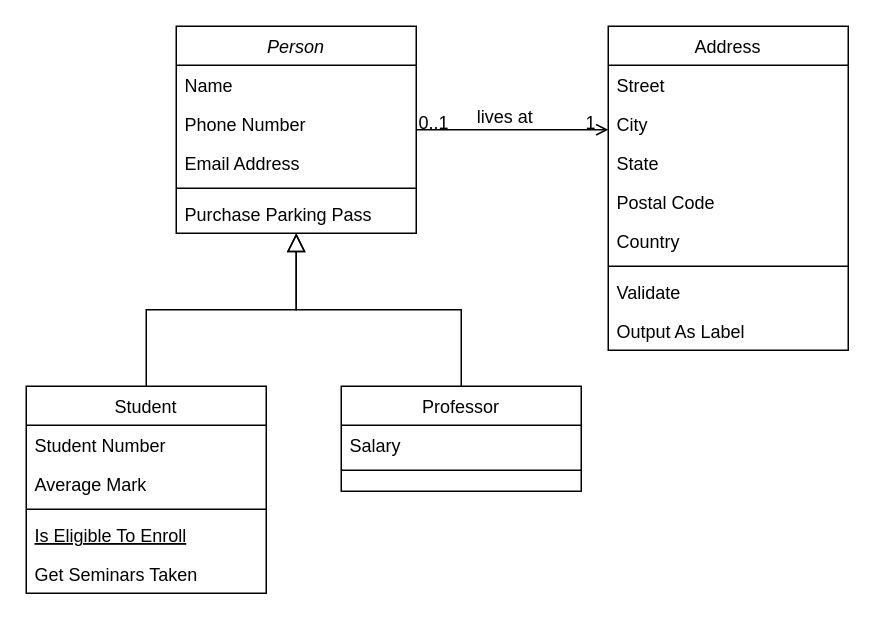
The draw.io diagram Untitled Diagram.drawio in MansourWorkingSpace/student_assistant, before the edit. Source tidied: cells renumbered, new cells numbered last; positions are measured from the earlier drawing's top-left corner, leaving out a move shared by most shapes. Both pictures are drawn from the tidied source at 150%, with x=0, y=0 at pixel (26, 26).
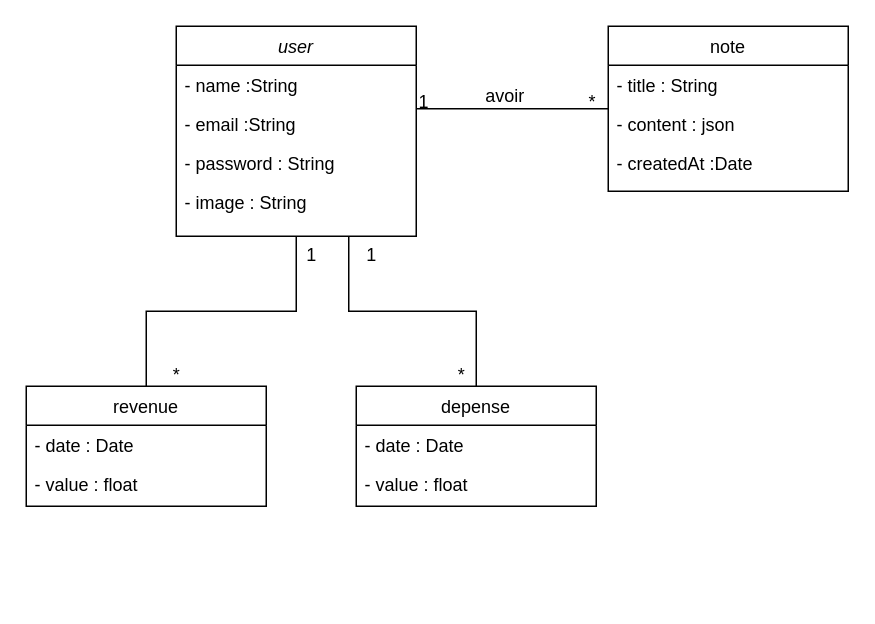
After the change.

What changed in the source:
```diff
@@
-    <mxCell id="2" value="Person" style="swimlane;fontStyle=2;align=center;verticalAlign=top;horizontal=1;startSize=26;rounded=0;shadow=0;strokeWidth=1;" parent="1" vertex="1">
-      <mxGeometry x="100" width="160" height="138" as="geometry" />
+    <mxCell id="2" value="user" style="swimlane;fontStyle=2;align=center;verticalAlign=top;horizontal=1;startSize=26;rounded=0;shadow=0;strokeWidth=1;" parent="1" vertex="1">
+      <mxGeometry x="100" width="160" height="140" as="geometry" />
     </mxCell>
-    <mxCell id="3" value="Name" style="text;align=left;verticalAlign=top;spacingLeft=4;spacingRight=4;overflow=hidden;" parent="2" vertex="1">
+    <mxCell id="3" value="- name :String" style="text;align=left;verticalAlign=top;spacingLeft=4;spacingRight=4;overflow=hidden;" parent="2" vertex="1">
       <mxGeometry y="26" width="160" height="26" as="geometry" />
     </mxCell>
-    <mxCell id="4" value="Phone Number" style="text;align=left;verticalAlign=top;spacingLeft=4;spacingRight=4;overflow=hidden;rounded=0;shadow=0;html=0;" parent="2" vertex="1">
+    <mxCell id="4" value="- email :String" style="text;align=left;verticalAlign=top;spacingLeft=4;spacingRight=4;overflow=hidden;rounded=0;shadow=0;html=0;" parent="2" vertex="1">
       <mxGeometry y="52" width="160" height="26" as="geometry" />
     </mxCell>
-    <mxCell id="5" value="Email Address" style="text;align=left;verticalAlign=top;spacingLeft=4;spacingRight=4;overflow=hidden;rounded=0;shadow=0;html=0;" parent="2" vertex="1">
+    <mxCell id="5" value="- password : String" style="text;align=left;verticalAlign=top;spacingLeft=4;spacingRight=4;overflow=hidden;rounded=0;shadow=0;html=0;" parent="2" vertex="1">
       <mxGeometry y="78" width="160" height="26" as="geometry" />
     </mxCell>
-    <mxCell id="6" style="line;html=1;strokeWidth=1;align=left;verticalAlign=middle;spacingTop=-1;spacingLeft=3;spacingRight=3;labelPosition=right;" parent="2" vertex="1">
-      <mxGeometry y="104" width="160" height="8" as="geometry" />
-    </mxCell>
-    <mxCell id="7" value="Purchase Parking Pass" style="text;align=left;verticalAlign=top;spacingLeft=4;spacingRight=4;overflow=hidden;" parent="2" vertex="1">
-      <mxGeometry y="112" width="160" height="26" as="geometry" />
-    </mxCell>
+    <mxCell id="32" value="- image : String" style="text;align=left;verticalAlign=top;spacingLeft=4;spacingRight=4;overflow=hidden;rounded=0;shadow=0;html=0;" parent="2" vertex="1">
+      <mxGeometry y="104" width="160" height="26" as="geometry" />
+    </mxCell>
-    <mxCell id="8" value="Student" style="swimlane;fontStyle=0;align=center;verticalAlign=top;horizontal=1;startSize=26;rounded=0;shadow=0;strokeWidth=1;" parent="1" vertex="1">
-      <mxGeometry y="240" width="160" height="138" as="geometry" />
+    <mxCell id="8" value="revenue" style="swimlane;fontStyle=0;align=center;verticalAlign=top;horizontal=1;startSize=26;rounded=0;shadow=0;strokeWidth=1;" parent="1" vertex="1">
+      <mxGeometry y="240" width="160" height="80" as="geometry" />
     </mxCell>
-    <mxCell id="9" value="Student Number" style="text;align=left;verticalAlign=top;spacingLeft=4;spacingRight=4;overflow=hidden;" parent="8" vertex="1">
+    <mxCell id="9" value="- date : Date" style="text;align=left;verticalAlign=top;spacingLeft=4;spacingRight=4;overflow=hidden;" parent="8" vertex="1">
       <mxGeometry y="26" width="160" height="26" as="geometry" />
     </mxCell>
-    <mxCell id="10" value="Average Mark" style="text;align=left;verticalAlign=top;spacingLeft=4;spacingRight=4;overflow=hidden;rounded=0;shadow=0;html=0;" parent="8" vertex="1">
+    <mxCell id="10" value="- value : float" style="text;align=left;verticalAlign=top;spacingLeft=4;spacingRight=4;overflow=hidden;rounded=0;shadow=0;html=0;" parent="8" vertex="1">
       <mxGeometry y="52" width="160" height="26" as="geometry" />
     </mxCell>
-    <mxCell id="11" style="line;html=1;strokeWidth=1;align=left;verticalAlign=middle;spacingTop=-1;spacingLeft=3;spacingRight=3;labelPosition=right;" parent="8" vertex="1">
-      <mxGeometry y="78" width="160" height="8" as="geometry" />
-    </mxCell>
-    <mxCell id="12" value="Is Eligible To Enroll" style="text;align=left;verticalAlign=top;spacingLeft=4;spacingRight=4;overflow=hidden;fontStyle=4;" parent="8" vertex="1">
-      <mxGeometry y="86" width="160" height="26" as="geometry" />
-    </mxCell>
-    <mxCell id="13" value="Get Seminars Taken" style="text;align=left;verticalAlign=top;spacingLeft=4;spacingRight=4;overflow=hidden;" parent="8" vertex="1">
-      <mxGeometry y="112" width="160" height="26" as="geometry" />
-    </mxCell>
-    <mxCell id="14" style="endArrow=block;endSize=10;endFill=0;shadow=0;strokeWidth=1;rounded=0;curved=0;edgeStyle=elbowEdgeStyle;elbow=vertical;" parent="1" edge="1" source="8" target="2">
+    <mxCell id="14" style="endArrow=none;endSize=10;endFill=0;shadow=0;strokeWidth=1;rounded=0;curved=0;edgeStyle=elbowEdgeStyle;elbow=vertical;startFill=0;" parent="1" edge="1" source="8" target="2">
       <mxGeometry relative="1" as="geometry" />
     </mxCell>
-    <mxCell id="15" value="Professor" style="swimlane;fontStyle=0;align=center;verticalAlign=top;horizontal=1;startSize=26;rounded=0;shadow=0;strokeWidth=1;" parent="1" vertex="1">
-      <mxGeometry x="210" y="240" width="160" height="70" as="geometry" />
-    </mxCell>
-    <mxCell id="16" value="Salary" style="text;align=left;verticalAlign=top;spacingLeft=4;spacingRight=4;overflow=hidden;" parent="15" vertex="1">
-      <mxGeometry y="26" width="160" height="26" as="geometry" />
-    </mxCell>
-    <mxCell id="17" style="line;html=1;strokeWidth=1;align=left;verticalAlign=middle;spacingTop=-1;spacingLeft=3;spacingRight=3;labelPosition=right;" parent="15" vertex="1">
-      <mxGeometry y="52" width="160" height="8" as="geometry" />
-    </mxCell>
-    <mxCell id="18" style="endArrow=block;endSize=10;endFill=0;shadow=0;strokeWidth=1;rounded=0;curved=0;edgeStyle=elbowEdgeStyle;elbow=vertical;" parent="1" edge="1" source="15" target="2">
-      <mxGeometry relative="1" as="geometry" />
-    </mxCell>
-    <mxCell id="19" value="Address" style="swimlane;fontStyle=0;align=center;verticalAlign=top;horizontal=1;startSize=26;rounded=0;shadow=0;strokeWidth=1;" parent="1" vertex="1">
-      <mxGeometry x="388" width="160" height="216" as="geometry" />
+    <mxCell id="19" value="note" style="swimlane;fontStyle=0;align=center;verticalAlign=top;horizontal=1;startSize=26;rounded=0;shadow=0;strokeWidth=1;" parent="1" vertex="1">
+      <mxGeometry x="388" width="160" height="110" as="geometry" />
     </mxCell>
-    <mxCell id="20" value="Street" style="text;align=left;verticalAlign=top;spacingLeft=4;spacingRight=4;overflow=hidden;" parent="19" vertex="1">
+    <mxCell id="20" value="- title : String" style="text;align=left;verticalAlign=top;spacingLeft=4;spacingRight=4;overflow=hidden;" parent="19" vertex="1">
       <mxGeometry y="26" width="160" height="26" as="geometry" />
     </mxCell>
-    <mxCell id="21" value="City" style="text;align=left;verticalAlign=top;spacingLeft=4;spacingRight=4;overflow=hidden;rounded=0;shadow=0;html=0;" parent="19" vertex="1">
+    <mxCell id="21" value="- content : json" style="text;align=left;verticalAlign=top;spacingLeft=4;spacingRight=4;overflow=hidden;rounded=0;shadow=0;html=0;" parent="19" vertex="1">
       <mxGeometry y="52" width="160" height="26" as="geometry" />
     </mxCell>
-    <mxCell id="22" value="State" style="text;align=left;verticalAlign=top;spacingLeft=4;spacingRight=4;overflow=hidden;rounded=0;shadow=0;html=0;" parent="19" vertex="1">
+    <mxCell id="22" value="- createdAt :Date" style="text;align=left;verticalAlign=top;spacingLeft=4;spacingRight=4;overflow=hidden;rounded=0;shadow=0;html=0;" parent="19" vertex="1">
       <mxGeometry y="78" width="160" height="26" as="geometry" />
     </mxCell>
-    <mxCell id="23" value="Postal Code" style="text;align=left;verticalAlign=top;spacingLeft=4;spacingRight=4;overflow=hidden;rounded=0;shadow=0;html=0;" parent="19" vertex="1">
-      <mxGeometry y="104" width="160" height="26" as="geometry" />
-    </mxCell>
-    <mxCell id="24" value="Country" style="text;align=left;verticalAlign=top;spacingLeft=4;spacingRight=4;overflow=hidden;rounded=0;shadow=0;html=0;" parent="19" vertex="1">
-      <mxGeometry y="130" width="160" height="26" as="geometry" />
-    </mxCell>
-    <mxCell id="25" style="line;html=1;strokeWidth=1;align=left;verticalAlign=middle;spacingTop=-1;spacingLeft=3;spacingRight=3;labelPosition=right;" parent="19" vertex="1">
-      <mxGeometry y="156" width="160" height="8" as="geometry" />
-    </mxCell>
-    <mxCell id="26" value="Validate" style="text;align=left;verticalAlign=top;spacingLeft=4;spacingRight=4;overflow=hidden;" parent="19" vertex="1">
-      <mxGeometry y="164" width="160" height="26" as="geometry" />
-    </mxCell>
-    <mxCell id="27" value="Output As Label" style="text;align=left;verticalAlign=top;spacingLeft=4;spacingRight=4;overflow=hidden;" parent="19" vertex="1">
-      <mxGeometry y="190" width="160" height="26" as="geometry" />
-    </mxCell>
-    <mxCell id="28" style="endArrow=open;shadow=0;strokeWidth=1;rounded=0;curved=0;endFill=1;edgeStyle=elbowEdgeStyle;elbow=vertical;" parent="1" edge="1" source="2" target="19">
+    <mxCell id="28" style="endArrow=none;shadow=0;strokeWidth=1;rounded=0;curved=0;endFill=1;edgeStyle=elbowEdgeStyle;elbow=vertical;startFill=0;" parent="1" edge="1" source="2" target="19">
       <mxGeometry x="0.5" y="41" relative="1" as="geometry">
         <mxPoint x="-40" y="32" as="offset" />
       </mxGeometry>
     </mxCell>
-    <mxCell id="29" value="0..1" style="align=left;verticalAlign=bottom;labelBackgroundColor=none;fontSize=12;" parent="28" vertex="1">
+    <mxCell id="29" value="&#10;1" style="align=left;verticalAlign=bottom;labelBackgroundColor=none;fontSize=12;" parent="28" vertex="1">
       <mxGeometry x="-1" relative="1" as="geometry">
         <mxPoint y="4" as="offset" />
       </mxGeometry>
     </mxCell>
-    <mxCell id="30" value="1" style="align=right;verticalAlign=bottom;labelBackgroundColor=none;fontSize=12;" parent="28" vertex="1">
+    <mxCell id="30" value="*" style="align=right;verticalAlign=bottom;labelBackgroundColor=none;fontSize=12;" parent="28" vertex="1">
       <mxGeometry x="1" relative="1" as="geometry">
         <mxPoint x="-7" y="4" as="offset" />
       </mxGeometry>
     </mxCell>
-    <mxCell id="31" value="lives at" style="text;html=1;align=center;verticalAlign=middle;labelBackgroundColor=none;rounded=0;shadow=0;strokeWidth=1;fontSize=12;" parent="28" vertex="1">
+    <mxCell id="31" value="avoir" style="text;html=1;align=center;verticalAlign=middle;labelBackgroundColor=none;rounded=0;shadow=0;strokeWidth=1;fontSize=12;" parent="28" vertex="1">
       <mxGeometry x="0.5" y="49" relative="1" as="geometry">
         <mxPoint x="-38" y="40" as="offset" />
       </mxGeometry>
     </mxCell>
+    <mxCell id="33" value="1" style="text;html=1;align=center;verticalAlign=middle;strokeColor=none;fillColor=none;" parent="1" vertex="1">
+      <mxGeometry x="175" y="138" width="30" height="30" as="geometry" />
+    </mxCell>
+    <mxCell id="34" value="*" style="text;html=1;align=center;verticalAlign=middle;strokeColor=none;fillColor=none;" parent="1" vertex="1">
+      <mxGeometry x="85" y="218" width="30" height="30" as="geometry" />
+    </mxCell>
+    <mxCell id="35" value="depense" style="swimlane;fontStyle=0;align=center;verticalAlign=top;horizontal=1;startSize=26;rounded=0;shadow=0;strokeWidth=1;" parent="1" vertex="1">
+      <mxGeometry x="220" y="240" width="160" height="80" as="geometry" />
+    </mxCell>
+    <mxCell id="36" value="- date : Date" style="text;align=left;verticalAlign=top;spacingLeft=4;spacingRight=4;overflow=hidden;" parent="35" vertex="1">
+      <mxGeometry y="26" width="160" height="26" as="geometry" />
+    </mxCell>
+    <mxCell id="37" value="- value : float" style="text;align=left;verticalAlign=top;spacingLeft=4;spacingRight=4;overflow=hidden;rounded=0;shadow=0;html=0;" parent="35" vertex="1">
+      <mxGeometry y="52" width="160" height="26" as="geometry" />
+    </mxCell>
+    <mxCell id="38" style="endArrow=none;endSize=10;endFill=0;shadow=0;strokeWidth=1;rounded=0;curved=0;edgeStyle=elbowEdgeStyle;elbow=vertical;startFill=0;" parent="1" edge="1" source="35">
+      <mxGeometry relative="1" as="geometry">
+        <mxPoint x="215" y="140" as="targetPoint" />
+      </mxGeometry>
+    </mxCell>
+    <mxCell id="39" value="1" style="text;html=1;align=center;verticalAlign=middle;strokeColor=none;fillColor=none;" parent="1" vertex="1">
+      <mxGeometry x="215" y="138" width="30" height="30" as="geometry" />
+    </mxCell>
+    <mxCell id="40" value="*" style="text;html=1;align=center;verticalAlign=middle;strokeColor=none;fillColor=none;" parent="1" vertex="1">
+      <mxGeometry x="275" y="218" width="30" height="30" as="geometry" />
+    </mxCell>
```
